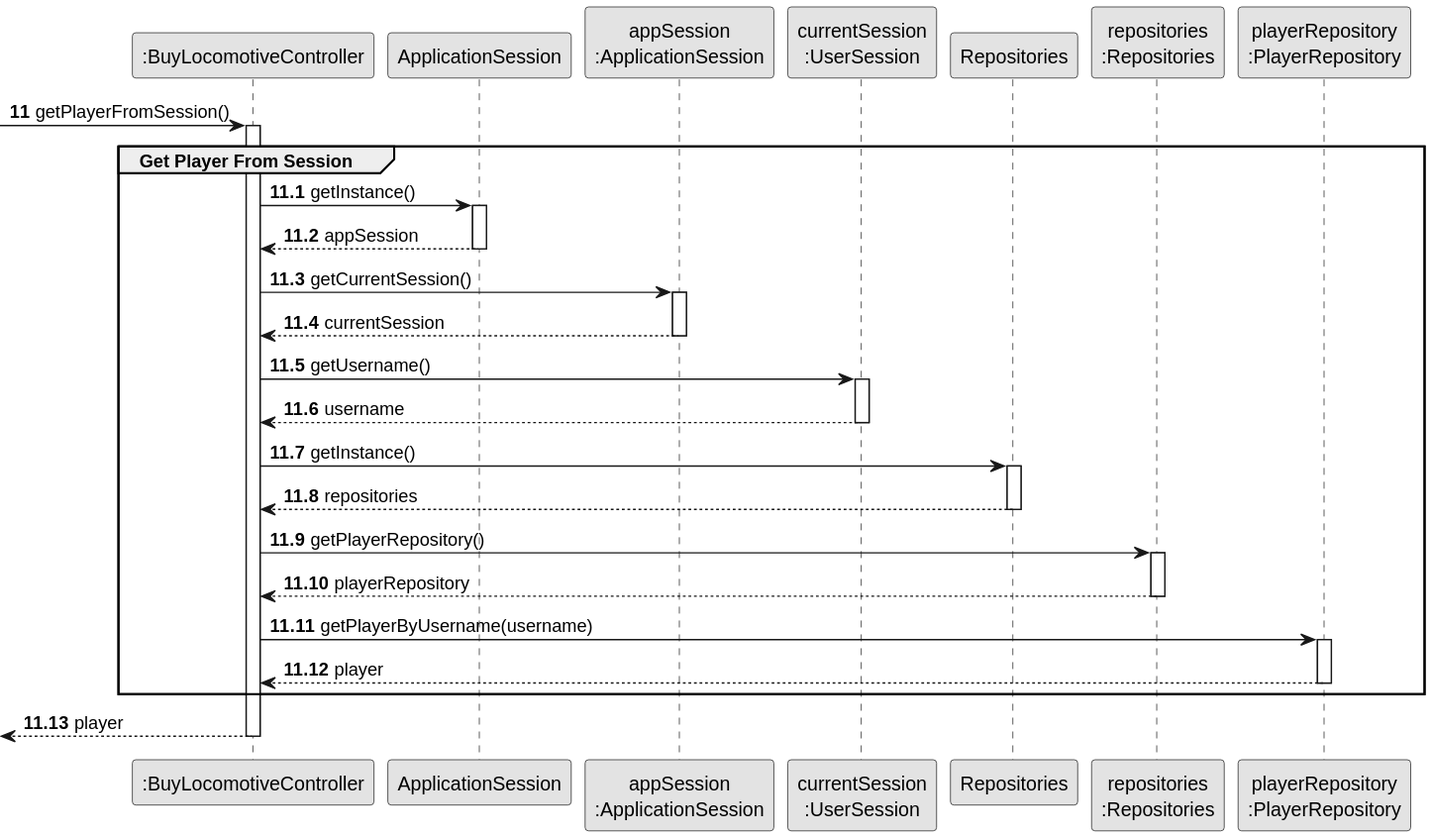
Earlier version of the PlantUML export docs/system-documentation/Sprint 2/US09/03.design/svg/US09-SD-partial-get-player-from-session.svg (HenriqueSilva18/Railway-Network-Simulator). The source it was exported from:
```plantuml
@startuml
skinparam monochrome true
skinparam packageStyle rectangle
skinparam shadowing false

participant ":BuyLocomotiveController" as CTRL
participant "ApplicationSession" as APP_SESSION
participant "appSession\n:ApplicationSession" as APP_SESSION_SINGLETON
participant "currentSession\n:UserSession" as CURRENT_SESSION
participant "Repositories" as REPOS
participant "repositories\n:Repositories" as REPOS_SINGLETON
participant "playerRepository\n:PlayerRepository" as PLAYER_REPO

autonumber 11
-> CTRL : getPlayerFromSession()

autonumber 11.1
activate CTRL
    group Get Player From Session
        CTRL -> APP_SESSION : getInstance()
        activate APP_SESSION
            APP_SESSION --> CTRL : appSession
        deactivate APP_SESSION

        CTRL -> APP_SESSION_SINGLETON : getCurrentSession()
        activate APP_SESSION_SINGLETON
            APP_SESSION_SINGLETON --> CTRL : currentSession
        deactivate APP_SESSION_SINGLETON

        CTRL -> CURRENT_SESSION : getUsername()
        activate CURRENT_SESSION
            CURRENT_SESSION --> CTRL : username
        deactivate CURRENT_SESSION

        CTRL -> REPOS : getInstance()
        activate REPOS
            REPOS --> CTRL : repositories
        deactivate REPOS

        CTRL -> REPOS_SINGLETON : getPlayerRepository()
        activate REPOS_SINGLETON
            REPOS_SINGLETON --> CTRL : playerRepository
        deactivate REPOS_SINGLETON

        CTRL -> PLAYER_REPO : getPlayerByUsername(username)
        activate PLAYER_REPO
            PLAYER_REPO --> CTRL : player
        deactivate PLAYER_REPO
    end

    autonumber 11.13
    <-- CTRL : player
deactivate CTRL
@enduml
```
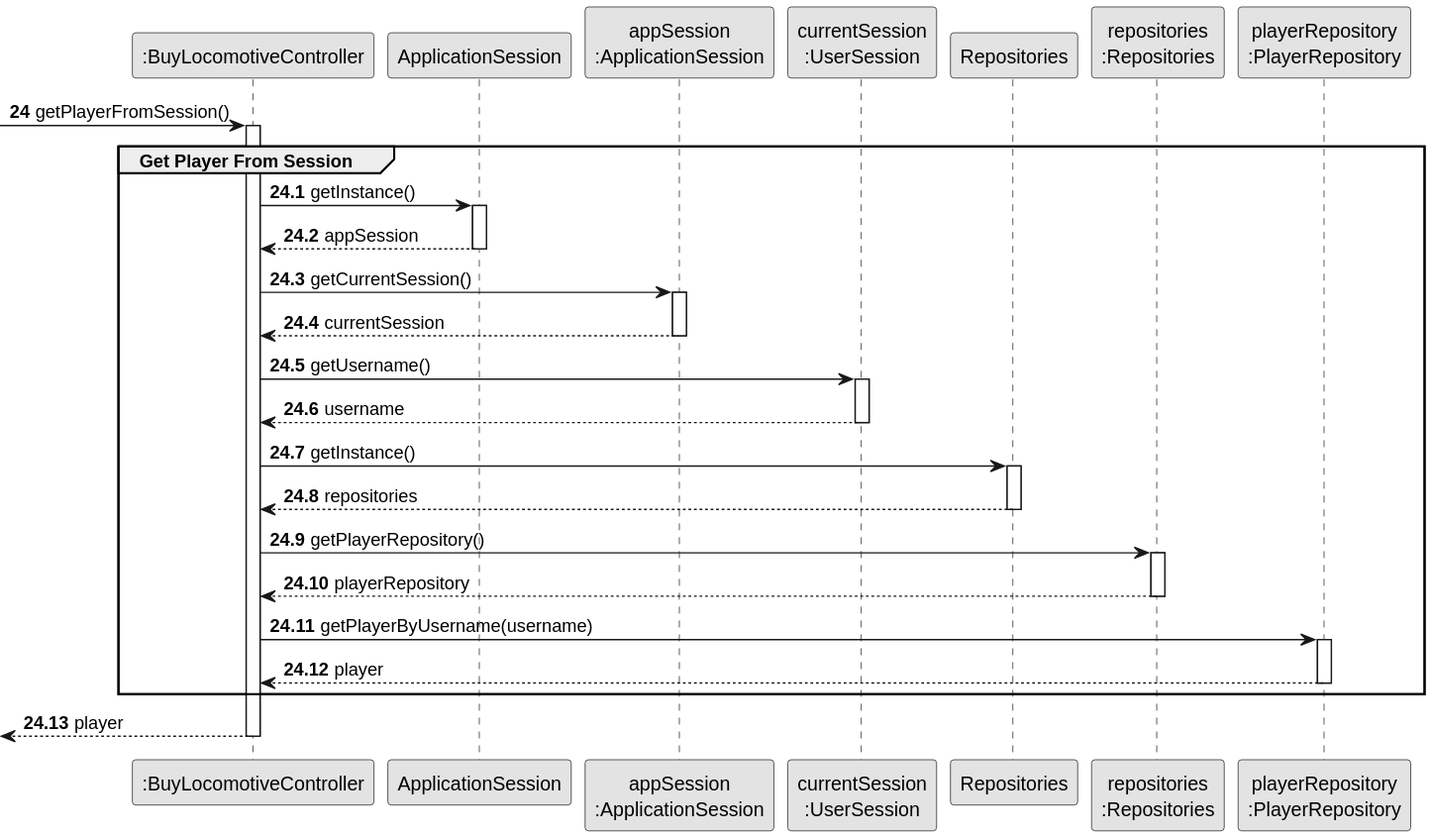
After the change.

Change to the diagram source:
```diff
@@ -11,10 +11,10 @@
 participant "repositories\n:Repositories" as REPOS_SINGLETON
 participant "playerRepository\n:PlayerRepository" as PLAYER_REPO
 
-autonumber 11
+autonumber 24
 -> CTRL : getPlayerFromSession()
 
-autonumber 11.1
+autonumber 24.1
 activate CTRL
     group Get Player From Session
         CTRL -> APP_SESSION : getInstance()
@@ -48,7 +48,7 @@
         deactivate PLAYER_REPO
     end
 
-    autonumber 11.13
+    autonumber 24.13
     <-- CTRL : player
 deactivate CTRL
 @enduml
```
